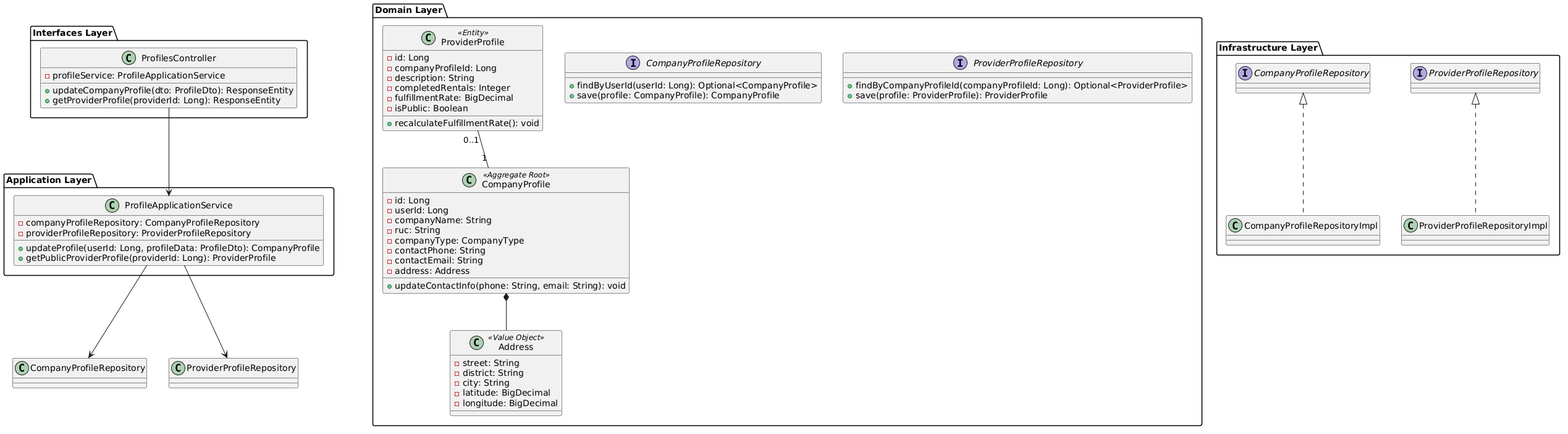
Above: assets/md-images-chapter4/class-diagram-profiles.png in upc-pre-202620-1asi0729-7750-cleancode/maquigest-report (PlantUML), before the change.
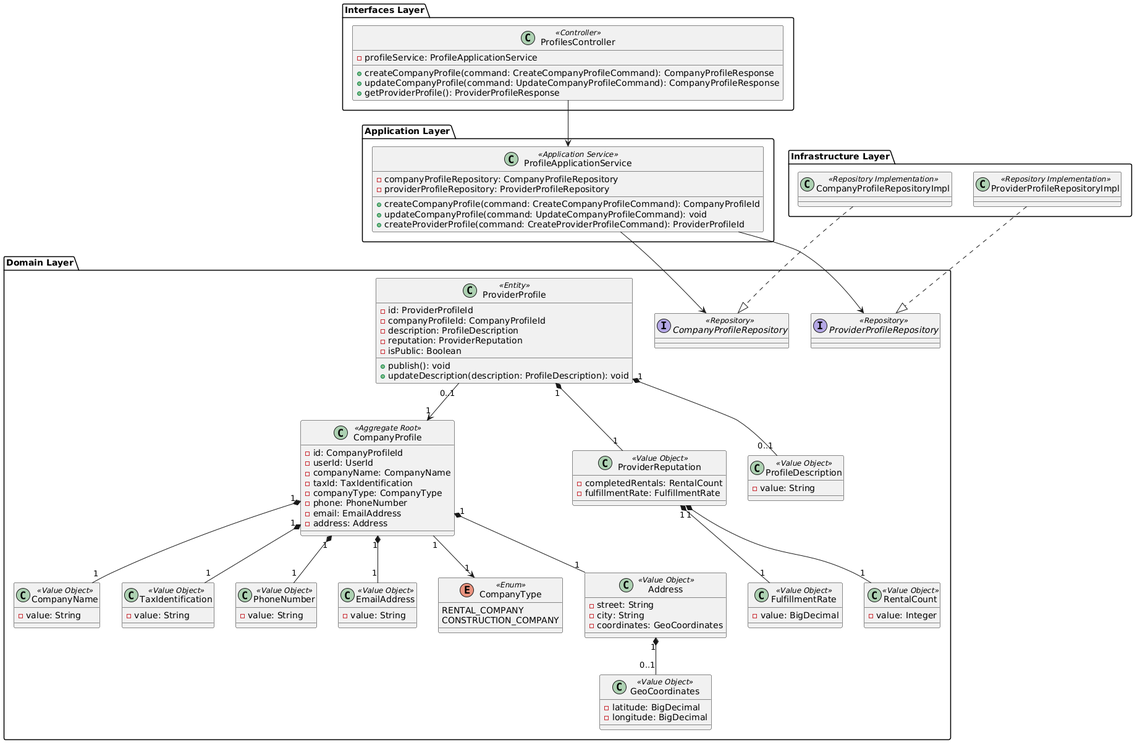
The same diagram one commit later.

Change to the diagram source:
```diff
@@ -1,71 +1,115 @@
 @startuml
 package "Interfaces Layer" {
-    class ProfilesController {
-        - profileService: ProfileApplicationService
-        + updateCompanyProfile(dto: ProfileDto): ResponseEntity
-        + getProviderProfile(providerId: Long): ResponseEntity
-    }
+  class ProfilesController <<Controller>> {
+    - profileService: ProfileApplicationService
+    + createCompanyProfile(command: CreateCompanyProfileCommand): CompanyProfileResponse
+    + updateCompanyProfile(command: UpdateCompanyProfileCommand): CompanyProfileResponse
+    + getProviderProfile(): ProviderProfileResponse
+  }
 }
 
 package "Application Layer" {
-    class ProfileApplicationService {
-        - companyProfileRepository: CompanyProfileRepository
-        - providerProfileRepository: ProviderProfileRepository
-        + updateProfile(userId: Long, profileData: ProfileDto): CompanyProfile
-        + getPublicProviderProfile(providerId: Long): ProviderProfile
-    }
+  class ProfileApplicationService <<Application Service>> {
+    - companyProfileRepository: CompanyProfileRepository
+    - providerProfileRepository: ProviderProfileRepository
+    + createCompanyProfile(command: CreateCompanyProfileCommand): CompanyProfileId
+    + updateCompanyProfile(command: UpdateCompanyProfileCommand): void
+    + createProviderProfile(command: CreateProviderProfileCommand): ProviderProfileId
+  }
+}
+
+package "Infrastructure Layer" {
+  class CompanyProfileRepositoryImpl <<Repository Implementation>>
+  class ProviderProfileRepositoryImpl <<Repository Implementation>>
 }
 
 package "Domain Layer" {
-    class CompanyProfile <<Aggregate Root>> {
-        - id: Long
-        - userId: Long
-        - companyName: String
-        - ruc: String
-        - companyType: CompanyType
-        - contactPhone: String
-        - contactEmail: String
-        - address: Address
-        + updateContactInfo(phone: String, email: String): void
-    }
+  class CompanyProfile <<Aggregate Root>> {
+    - id: CompanyProfileId
+    - userId: UserId
+    - companyName: CompanyName
+    - taxId: TaxIdentification
+    - companyType: CompanyType
+    - phone: PhoneNumber
+    - email: EmailAddress
+    - address: Address
+  }
 
-    class ProviderProfile <<Entity>> {
-        - id: Long
-        - companyProfileId: Long
-        - description: String
-        - completedRentals: Integer
-        - fulfillmentRate: BigDecimal
-        - isPublic: Boolean
-        + recalculateFulfillmentRate(): void
-    }
+  class ProviderProfile <<Entity>> {
+    - id: ProviderProfileId
+    - companyProfileId: CompanyProfileId
+    - description: ProfileDescription
+    - reputation: ProviderReputation
+    - isPublic: Boolean
+    + publish(): void
+    + updateDescription(description: ProfileDescription): void
+  }
 
-    class Address <<Value Object>> {
-        - street: String
-        - district: String
-        - city: String
-        - latitude: BigDecimal
-        - longitude: BigDecimal
-    }
+  enum CompanyType <<Enum>> {
+    RENTAL_COMPANY
+    CONSTRUCTION_COMPANY
+  }
 
-    interface CompanyProfileRepository {
-        + findByUserId(userId: Long): Optional<CompanyProfile>
-        + save(profile: CompanyProfile): CompanyProfile
-    }
+  class Address <<Value Object>> {
+    - street: String
+    - city: String
+    - coordinates: GeoCoordinates
+  }
 
-    interface ProviderProfileRepository {
-        + findByCompanyProfileId(companyProfileId: Long): Optional<ProviderProfile>
-        + save(profile: ProviderProfile): ProviderProfile
-    }
-}
+  class GeoCoordinates <<Value Object>> {
+    - latitude: BigDecimal
+    - longitude: BigDecimal
+  }
 
-package "Infrastructure Layer" {
-    class CompanyProfileRepositoryImpl implements CompanyProfileRepository
-    class ProviderProfileRepositoryImpl implements ProviderProfileRepository
+  class ProviderReputation <<Value Object>> {
+    - completedRentals: RentalCount
+    - fulfillmentRate: FulfillmentRate
+  }
+
+  class CompanyName <<Value Object>> {
+    - value: String
+  }
+  class TaxIdentification <<Value Object>> {
+    - value: String
+  }
+  class PhoneNumber <<Value Object>> {
+    - value: String
+  }
+  class EmailAddress <<Value Object>> {
+    - value: String
+  }
+  class ProfileDescription <<Value Object>> {
+    - value: String
+  }
+  class FulfillmentRate <<Value Object>> {
+    - value: BigDecimal
+  }
+  class RentalCount <<Value Object>> {
+    - value: Integer
+  }
+
+  interface CompanyProfileRepository <<Repository>>
+  interface ProviderProfileRepository <<Repository>>
 }
 
 ProfilesController --> ProfileApplicationService
 ProfileApplicationService --> CompanyProfileRepository
 ProfileApplicationService --> ProviderProfileRepository
-CompanyProfile *-- Address
-ProviderProfile "0..1" -- "1" CompanyProfile
+
+CompanyProfileRepositoryImpl ..|> CompanyProfileRepository
+ProviderProfileRepositoryImpl ..|> ProviderProfileRepository
+
+CompanyProfile "1" --> "1" CompanyType
+CompanyProfile "1" *-- "1" CompanyName
+CompanyProfile "1" *-- "1" TaxIdentification
+CompanyProfile "1" *-- "1" PhoneNumber
+CompanyProfile "1" *-- "1" EmailAddress
+CompanyProfile "1" *-- "1" Address
+Address "1" *-- "0..1" GeoCoordinates
+
+ProviderProfile "0..1" --> "1" CompanyProfile
+ProviderProfile "1" *-- "0..1" ProfileDescription
+ProviderProfile "1" *-- "1" ProviderReputation
+ProviderReputation "1" *-- "1" FulfillmentRate
+ProviderReputation "1" *-- "1" RentalCount
 @enduml
```
